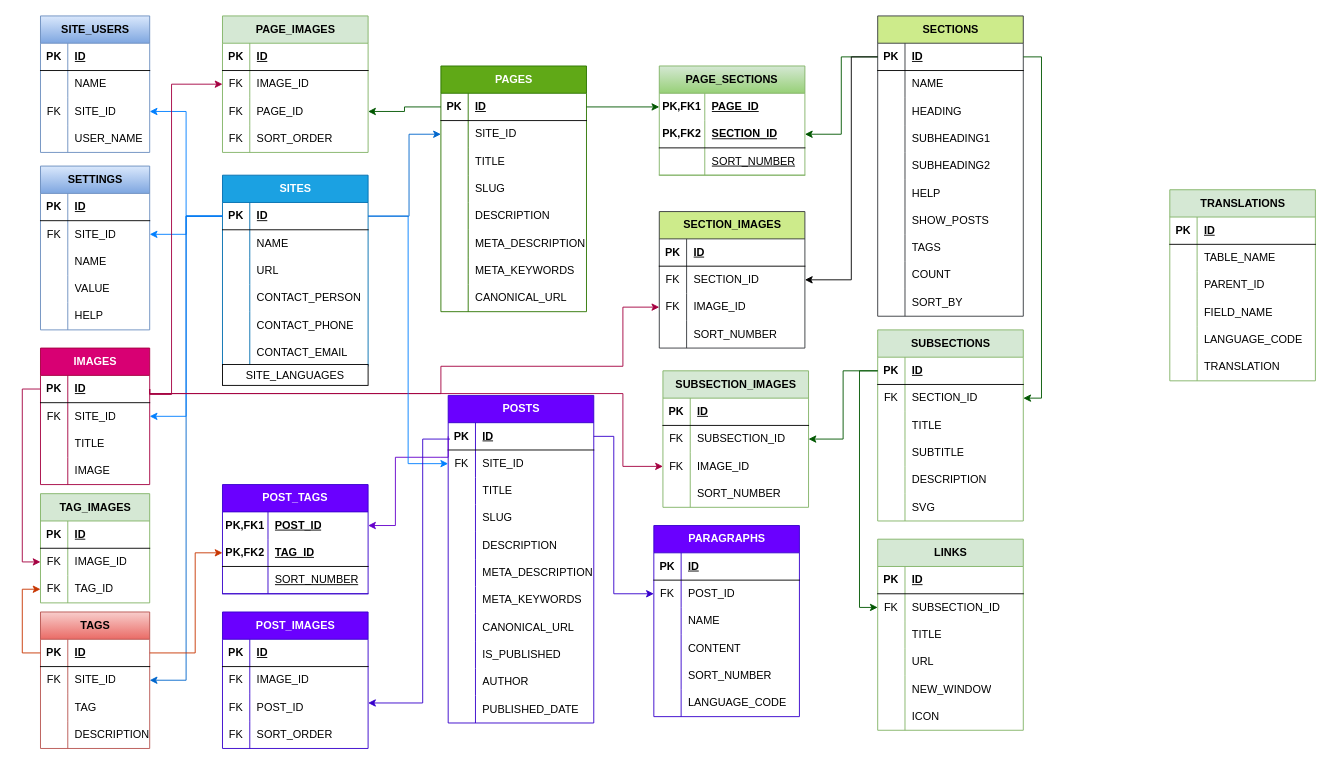
The draw.io diagram ercms.drawio in sudguru/draw-io, before the edit. Source tidied: cells renumbered, new cells numbered last; positions are measured from the earlier drawing's top-left corner, leaving out a move shared by most shapes. Both pictures are drawn from the tidied source at 91%, with x=0, y=0 at pixel (40, 15).
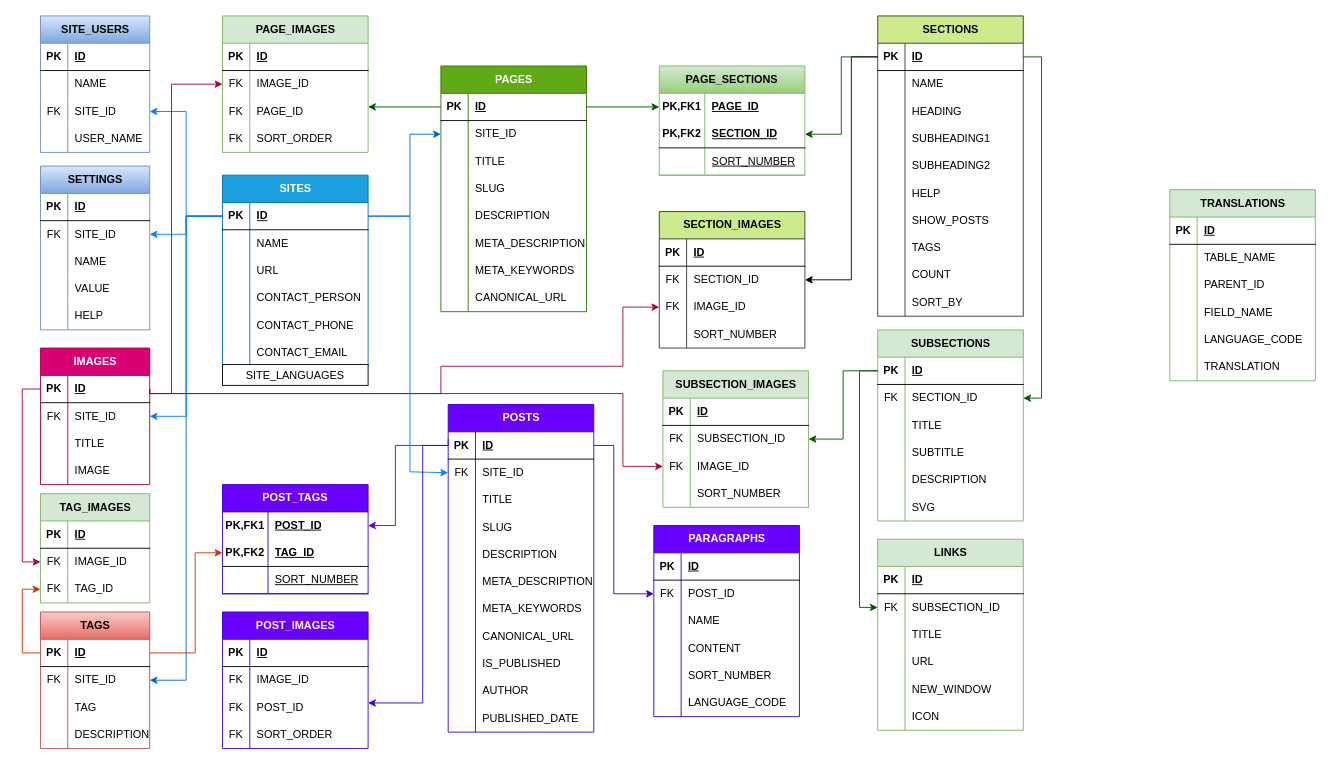
The same diagram, later.

Unchanged cells that the change refers to:
```xml
<mxCell id="3" style="shape=tableRow;horizontal=0;startSize=0;swimlaneHead=0;swimlaneBody=0;fillColor=none;points=[[0,0.5],[1,0.5]];portConstraint=eastwest;top=0;left=0;right=0;bottom=1;" parent="2" vertex="1">
  <mxGeometry y="30" width="160" height="30" as="geometry" />
</mxCell>
<mxCell id="53" style="shape=tableRow;horizontal=0;startSize=0;swimlaneHead=0;swimlaneBody=0;fillColor=none;points=[[0,0.5],[1,0.5]];portConstraint=eastwest;top=0;left=0;right=0;bottom=1;" parent="52" vertex="1">
  <mxGeometry y="30" width="160" height="30" as="geometry" />
</mxCell>
<mxCell id="56" style="shape=tableRow;horizontal=0;startSize=0;swimlaneHead=0;swimlaneBody=0;fillColor=none;points=[[0,0.5],[1,0.5]];portConstraint=eastwest;top=0;left=0;right=0;bottom=0;" parent="52" vertex="1">
  <mxGeometry y="60" width="160" height="30" as="geometry" />
</mxCell>
<mxCell id="140" style="shape=tableRow;horizontal=0;startSize=0;swimlaneHead=0;swimlaneBody=0;fillColor=none;points=[[0,0.5],[1,0.5]];portConstraint=eastwest;top=0;left=0;right=0;bottom=1;" parent="139" vertex="1">
  <mxGeometry y="30" width="160" height="30" as="geometry" />
</mxCell>
<mxCell id="143" style="shape=tableRow;horizontal=0;startSize=0;swimlaneHead=0;swimlaneBody=0;fillColor=none;points=[[0,0.5],[1,0.5]];portConstraint=eastwest;top=0;left=0;right=0;bottom=0;" parent="139" vertex="1">
  <mxGeometry y="60" width="160" height="30" as="geometry" />
</mxCell>
<mxCell id="207" style="shape=tableRow;horizontal=0;startSize=0;swimlaneHead=0;swimlaneBody=0;fillColor=none;points=[[0,0.5],[1,0.5]];portConstraint=eastwest;top=0;left=0;right=0;bottom=1;" parent="206" vertex="1">
  <mxGeometry y="30" width="120" height="30" as="geometry" />
</mxCell>
<mxCell id="221" style="shape=tableRow;horizontal=0;startSize=0;swimlaneHead=0;swimlaneBody=0;fillColor=none;points=[[0,0.5],[1,0.5]];portConstraint=eastwest;top=0;left=0;right=0;bottom=0;html=1;" parent="220" vertex="1">
  <mxGeometry y="30" width="160" height="30" as="geometry" />
</mxCell>
<mxCell id="280" style="shape=tableRow;horizontal=0;startSize=0;swimlaneHead=0;swimlaneBody=0;fillColor=none;points=[[0,0.5],[1,0.5]];portConstraint=eastwest;top=0;left=0;right=0;bottom=0;" parent="276" vertex="1">
  <mxGeometry y="60" width="160" height="30" as="geometry" />
</mxCell>
<mxCell id="315" style="shape=tableRow;horizontal=0;startSize=0;swimlaneHead=0;swimlaneBody=0;fillColor=none;points=[[0,0.5],[1,0.5]];portConstraint=eastwest;top=0;left=0;right=0;bottom=0;" parent="311" vertex="1">
  <mxGeometry y="60" width="160" height="30" as="geometry" />
</mxCell>
<mxCell id="318" style="shape=tableRow;horizontal=0;startSize=0;swimlaneHead=0;swimlaneBody=0;fillColor=none;points=[[0,0.5],[1,0.5]];portConstraint=eastwest;top=0;left=0;right=0;bottom=0;" parent="311" vertex="1">
  <mxGeometry y="90" width="160" height="30" as="geometry" />
</mxCell>
```

Diff of the diagram source:
```diff
@@
     <mxCell id="139" value="POSTS" style="shape=table;startSize=30;childLayout=tableLayout;rowLines=0;fontStyle=1;align=center;html=1;fillColor=#6a00ff;fontColor=#ffffff;strokeColor=#3700CC;" parent="1" vertex="1">
-      <mxGeometry x="448" y="417" width="160" height="360" as="geometry" />
+      <mxGeometry x="448" y="427" width="160" height="360" as="geometry" />
     </mxCell>
@@
     <mxCell id="230" style="edgeStyle=orthogonalEdgeStyle;rounded=0;jettySize=auto;html=1;exitX=0;exitY=0.5;exitDx=0;exitDy=0;strokeColor=#6600CC;" parent="1" edge="1" source="140" target="221">
       <mxGeometry relative="1" as="geometry">
         <Array as="points">
-          <mxPoint x="440" y="485" />
-          <mxPoint x="390" y="485" />
-          <mxPoint x="390" y="580" />
+          <mxPoint x="390" y="472" />
+          <mxPoint x="390" y="560" />
         </Array>
       </mxGeometry>
     </mxCell>
@@
     <mxCell id="262" style="edgeStyle=orthogonalEdgeStyle;rounded=0;jettySize=auto;html=1;exitX=1;exitY=0.5;exitDx=0;exitDy=0;entryX=0;entryY=0.5;entryDx=0;entryDy=0;strokeColor=#007FFF;" parent="1" edge="1" source="3" target="143">
-      <mxGeometry relative="1" as="geometry" />
+      <mxGeometry relative="1" as="geometry">
+        <Array as="points">
+          <mxPoint x="406" y="220" />
+          <mxPoint x="406" y="501" />
+          <mxPoint x="448" y="501" />
+        </Array>
+      </mxGeometry>
     </mxCell>
@@
     <mxCell id="295" style="edgeStyle=orthogonalEdgeStyle;rounded=0;jettySize=auto;html=1;exitX=1;exitY=0.5;exitDx=0;exitDy=0;entryX=0;entryY=0.5;entryDx=0;entryDy=0;fillColor=#6a00ff;strokeColor=#3700CC;" parent="1" edge="1" source="140" target="280">
       <mxGeometry relative="1" as="geometry">
         <Array as="points">
-          <mxPoint x="630" y="462" />
+          <mxPoint x="630" y="472" />
           <mxPoint x="630" y="635" />
         </Array>
       </mxGeometry>
     </mxCell>
@@
-    <mxCell id="309" style="edgeStyle=orthogonalEdgeStyle;rounded=0;orthogonalLoop=1;jettySize=auto;html=1;exitX=0;exitY=0.5;exitDx=0;exitDy=0;fillColor=#6a00ff;strokeColor=#3700CC;" parent="1" edge="1">
+    <mxCell id="309" style="edgeStyle=orthogonalEdgeStyle;rounded=0;orthogonalLoop=1;jettySize=auto;html=1;fillColor=#6a00ff;strokeColor=#3700CC;" parent="1" edge="1">
       <mxGeometry relative="1" as="geometry">
-        <mxPoint x="450" y="465" as="sourcePoint" />
+        <mxPoint x="448" y="465" as="sourcePoint" />
         <mxPoint x="360" y="755" as="targetPoint" />
         <Array as="points">
-          <mxPoint x="420" y="465" />
+          <mxPoint x="448" y="472" />
+          <mxPoint x="420" y="472" />
           <mxPoint x="420" y="755" />
         </Array>
       </mxGeometry>
     </mxCell>
     <mxCell id="310" style="edgeStyle=orthogonalEdgeStyle;rounded=0;jettySize=auto;html=1;exitX=1;exitY=0.5;exitDx=0;exitDy=0;strokeColor=#0066CC;" parent="1" edge="1" source="3" target="56">
       <mxGeometry relative="1" as="geometry">
         <Array as="points">
-          <mxPoint x="405" y="220" />
-          <mxPoint x="405" y="130" />
+          <mxPoint x="406" y="220" />
+          <mxPoint x="406" y="130" />
         </Array>
       </mxGeometry>
     </mxCell>
@@
     <mxCell id="324" style="edgeStyle=orthogonalEdgeStyle;rounded=0;jettySize=auto;html=1;exitX=0;exitY=0.5;exitDx=0;exitDy=0;fillColor=#008a00;strokeColor=#005700;" parent="1" edge="1" source="53" target="318">
-      <mxGeometry relative="1" as="geometry" />
+      <mxGeometry relative="1" as="geometry">
+        <Array as="points">
+          <mxPoint x="413" y="100" />
+          <mxPoint x="413" y="100" />
+        </Array>
+      </mxGeometry>
     </mxCell>
     <mxCell id="325" style="edgeStyle=orthogonalEdgeStyle;rounded=0;jettySize=auto;html=1;exitX=1;exitY=0.5;exitDx=0;exitDy=0;strokeColor=#A50040;fillColor=#d80073;" parent="1" edge="1" source="207" target="315">
       <mxGeometry relative="1" as="geometry">
         <Array as="points">
-          <mxPoint x="120" y="416" />
-          <mxPoint x="144" y="416" />
+          <mxPoint x="120" y="415" />
+          <mxPoint x="144" y="415" />
           <mxPoint x="144" y="75" />
         </Array>
       </mxGeometry>
     </mxCell>
```
